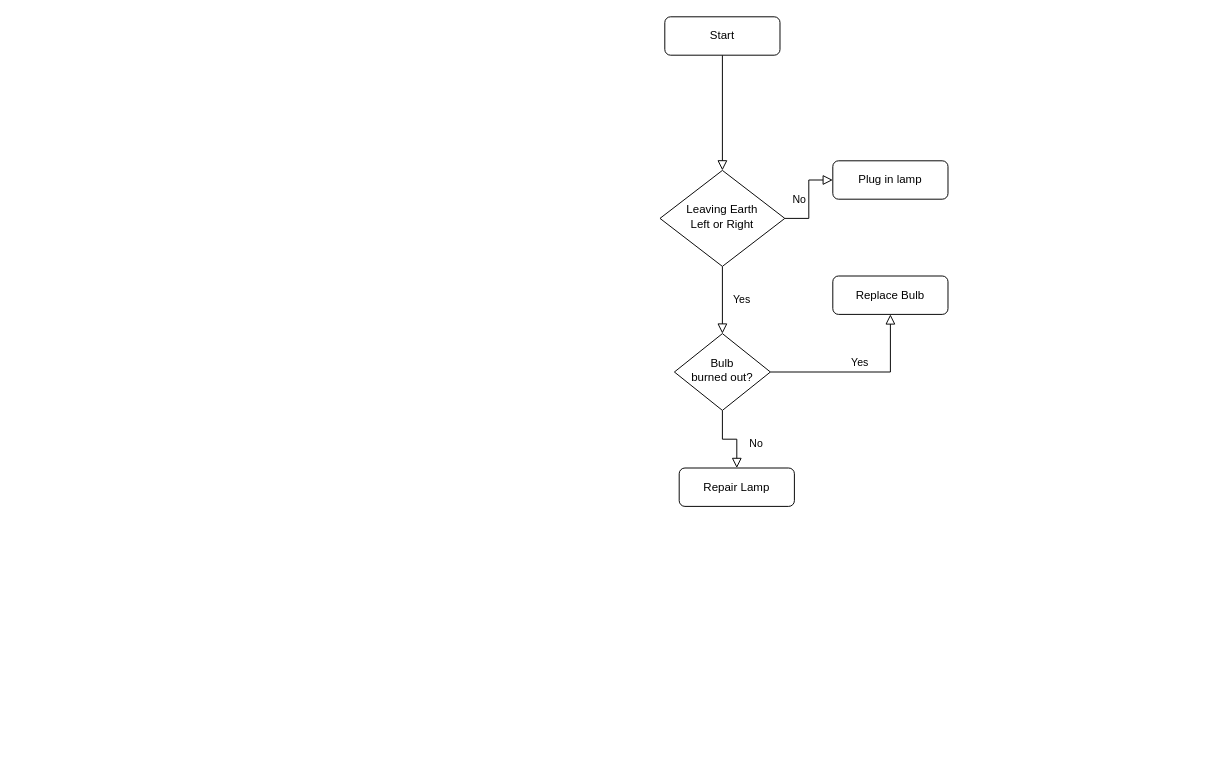
Above: Untitled Diagram.drawio in MSimmons20/flowcharts (draw.io), before the change. Source tidied: cells renumbered, new cells numbered last; positions are measured from the earlier drawing's top-left corner, leaving out a move shared by most shapes. Both pictures are drawn from the tidied source at 96%, with x=0, y=0 at pixel (660, 16).
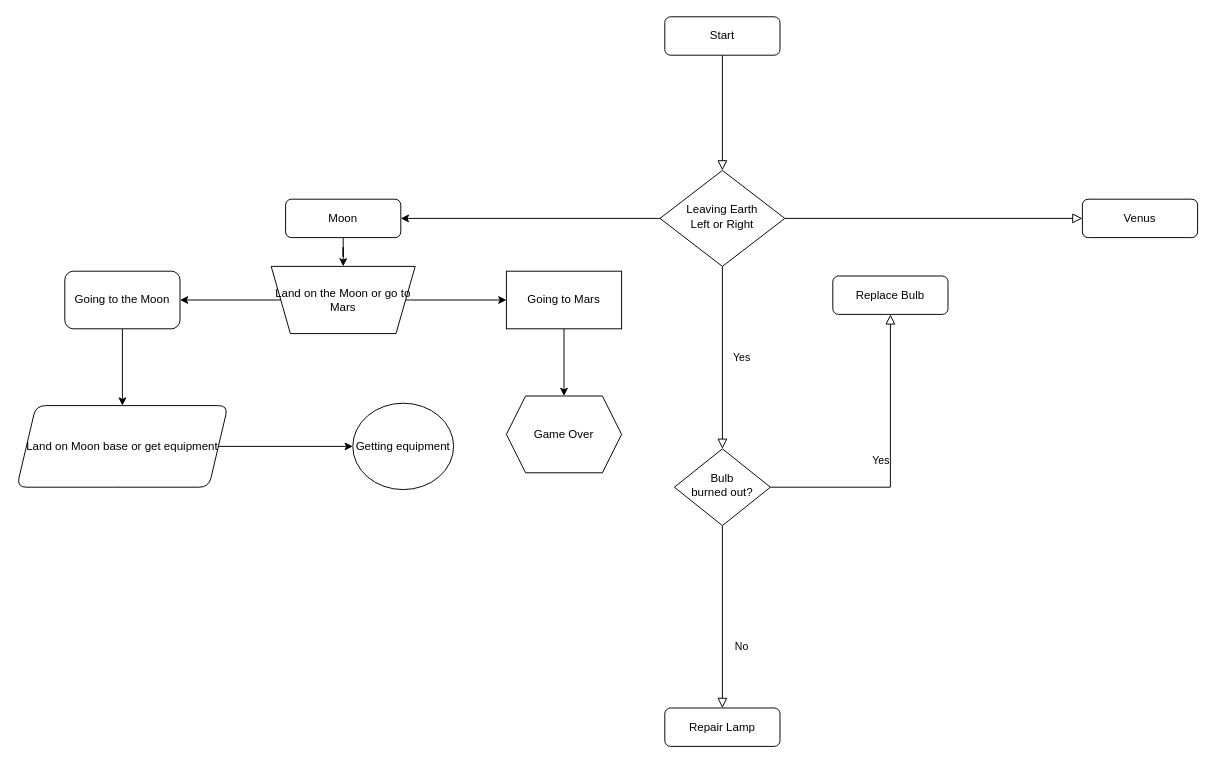
After the change.

Unchanged cells that the change refers to:
```xml
<mxCell id="6" value="Leaving Earth&lt;div&gt;Left or Right&lt;/div&gt;" style="rhombus;whiteSpace=wrap;html=1;shadow=0;fontFamily=Helvetica;fontSize=12;align=center;strokeWidth=1;spacing=6;spacingTop=-4;" parent="1" vertex="1">
  <mxGeometry y="160" width="130" height="100" as="geometry" />
</mxCell>
```

The edit, as a diff of the source:
```diff
@@
-    <mxCell id="5" value="No" style="edgeStyle=orthogonalEdgeStyle;rounded=0;html=1;jettySize=auto;fontSize=11;endArrow=block;endFill=0;endSize=8;strokeWidth=1;shadow=0;labelBackgroundColor=none;" parent="1" edge="1" source="6" target="7">
-      <mxGeometry y="10" relative="1" as="geometry" />
+    <mxCell id="5" style="edgeStyle=orthogonalEdgeStyle;rounded=0;html=1;jettySize=auto;fontSize=11;endArrow=block;endFill=0;endSize=8;strokeWidth=1;shadow=0;labelBackgroundColor=none;" parent="1" edge="1" source="6" target="7">
+      <mxGeometry x="0.67" y="90" relative="1" as="geometry" />
     </mxCell>
+    <mxCell id="13" style="edgeStyle=orthogonalEdgeStyle;rounded=0;jettySize=auto;html=1;" parent="1" edge="1" source="6" target="15">
+      <mxGeometry relative="1" as="geometry" />
+    </mxCell>
@@
-    <mxCell id="7" value="Plug in lamp" style="rounded=1;whiteSpace=wrap;html=1;fontSize=12;glass=0;strokeWidth=1;shadow=0;" parent="1" vertex="1">
-      <mxGeometry x="180" y="150" width="120" height="40" as="geometry" />
+    <mxCell id="7" value="Venus" style="rounded=1;whiteSpace=wrap;html=1;fontSize=12;glass=0;strokeWidth=1;shadow=0;" parent="1" vertex="1">
+      <mxGeometry x="440" y="190" width="120" height="40" as="geometry" />
     </mxCell>
@@
     <mxCell id="10" value="Bulb&lt;br&gt;burned out?" style="rhombus;whiteSpace=wrap;html=1;shadow=0;fontFamily=Helvetica;fontSize=12;align=center;strokeWidth=1;spacing=6;spacingTop=-4;" parent="1" vertex="1">
-      <mxGeometry x="15" y="330" width="100" height="80" as="geometry" />
+      <mxGeometry x="15" y="450" width="100" height="80" as="geometry" />
     </mxCell>
     <mxCell id="11" value="Repair Lamp" style="rounded=1;whiteSpace=wrap;html=1;fontSize=12;glass=0;strokeWidth=1;shadow=0;" parent="1" vertex="1">
-      <mxGeometry x="20" y="470" width="120" height="40" as="geometry" />
+      <mxGeometry x="5" y="720" width="120" height="40" as="geometry" />
     </mxCell>
@@
+    <mxCell id="14" style="edgeStyle=orthogonalEdgeStyle;rounded=0;jettySize=auto;html=1;" parent="1" edge="1" source="15" target="18">
+      <mxGeometry relative="1" as="geometry" />
+    </mxCell>
+    <mxCell id="15" value="Moon" style="rounded=1;whiteSpace=wrap;html=1;fontSize=12;glass=0;strokeWidth=1;shadow=0;" parent="1" vertex="1">
+      <mxGeometry x="-390" y="190" width="120" height="40" as="geometry" />
+    </mxCell>
+    <mxCell id="16" style="edgeStyle=orthogonalEdgeStyle;rounded=0;jettySize=auto;html=1;" parent="1" edge="1" source="18" target="20">
+      <mxGeometry relative="1" as="geometry" />
+    </mxCell>
+    <mxCell id="17" style="edgeStyle=orthogonalEdgeStyle;rounded=0;jettySize=auto;html=1;" parent="1" edge="1" source="18" target="22">
+      <mxGeometry relative="1" as="geometry" />
+    </mxCell>
+    <mxCell id="18" value="Land on the Moon or go to Mars" style="shape=trapezoid;perimeter=trapezoidPerimeter;whiteSpace=wrap;html=1;fixedSize=1;direction=west;" parent="1" vertex="1">
+      <mxGeometry x="-405" y="260" width="150" height="70" as="geometry" />
+    </mxCell>
+    <mxCell id="19" style="edgeStyle=orthogonalEdgeStyle;rounded=0;jettySize=auto;html=1;" parent="1" edge="1" source="20" target="23">
+      <mxGeometry relative="1" as="geometry" />
+    </mxCell>
+    <mxCell id="20" value="Going to Mars" style="whiteSpace=wrap;html=1;" parent="1" vertex="1">
+      <mxGeometry x="-160" y="265" width="120" height="60" as="geometry" />
+    </mxCell>
+    <mxCell id="21" style="edgeStyle=orthogonalEdgeStyle;rounded=0;jettySize=auto;html=1;" parent="1" edge="1" source="22" target="25">
+      <mxGeometry relative="1" as="geometry" />
+    </mxCell>
+    <mxCell id="22" value="Going to the Moon" style="rounded=1;whiteSpace=wrap;html=1;" parent="1" vertex="1">
+      <mxGeometry x="-620" y="265" width="120" height="60" as="geometry" />
+    </mxCell>
+    <mxCell id="23" value="Game Over" style="shape=hexagon;perimeter=hexagonPerimeter2;whiteSpace=wrap;html=1;fixedSize=1;" parent="1" vertex="1">
+      <mxGeometry x="-160" y="395" width="120" height="80" as="geometry" />
+    </mxCell>
+    <mxCell id="24" style="edgeStyle=orthogonalEdgeStyle;rounded=0;jettySize=auto;html=1;" parent="1" edge="1" source="25" target="26">
+      <mxGeometry relative="1" as="geometry" />
+    </mxCell>
+    <mxCell id="25" value="Land on Moon base or get equipment" style="shape=parallelogram;perimeter=parallelogramPerimeter;whiteSpace=wrap;html=1;fixedSize=1;rounded=1;" parent="1" vertex="1">
+      <mxGeometry x="-670" y="405" width="220" height="85" as="geometry" />
+    </mxCell>
+    <mxCell id="26" value="Getting equipment" style="ellipse;whiteSpace=wrap;html=1;rounded=1;" parent="1" vertex="1">
+      <mxGeometry x="-320" y="402.5" width="105" height="90" as="geometry" />
+    </mxCell>
```
